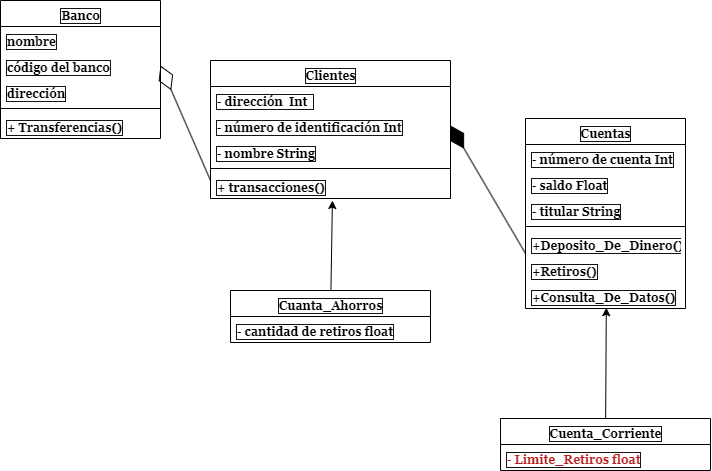
Before: taller3.drawio.png, a diagram exported from draw.io (DiazMan27/Modelado_Diagram). Source tidied: cells renumbered, new cells last; positions are measured from the earlier drawing's top-left corner, leaving out a move shared by most shapes.
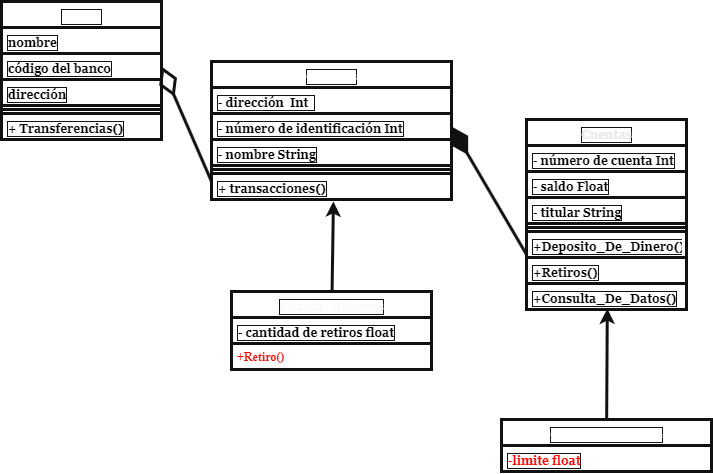
The same file after the commit.

The edit, as a diff of the source:
```diff
@@ -1,91 +1,94 @@
-<mxGraphModel shadow="1">
+<mxGraphModel background="#ffffff" shadow="1">
   <root>
     <mxCell id="0" />
     <mxCell id="1" parent="0" />
-    <mxCell id="2" value="Banco" style="swimlane;fontStyle=1;align=center;verticalAlign=bottom;horizontal=1;startSize=26;labelBackgroundColor=none;labelBorderColor=#161313;html=1;rounded=0;swimlaneLine=1;shadow=0;fixDash=0;fontFamily=Georgia;" parent="1" vertex="1">
+    <mxCell id="2" value="&lt;font color=&quot;#ffffff&quot;&gt;Banco&lt;/font&gt;" style="swimlane;fontStyle=1;align=center;verticalAlign=bottom;horizontal=1;startSize=26;labelBackgroundColor=none;labelBorderColor=#161313;html=1;rounded=0;swimlaneLine=1;shadow=0;fixDash=0;fontFamily=Georgia;fontColor=#050505;strokeWidth=3;strokeColor=#121111;" parent="1" vertex="1">
       <mxGeometry width="160" height="138" as="geometry" />
     </mxCell>
-    <mxCell id="3" value="nombre" style="text;align=left;verticalAlign=bottom;spacingLeft=4;spacingRight=4;overflow=hidden;fontStyle=1;labelBackgroundColor=none;labelBorderColor=#161313;html=1;rounded=0;swimlaneLine=1;shadow=0;fixDash=0;fontFamily=Georgia;horizontal=1;" parent="2" vertex="1">
+    <mxCell id="3" value="nombre" style="text;align=left;verticalAlign=bottom;spacingLeft=4;spacingRight=4;overflow=hidden;fontStyle=1;labelBackgroundColor=none;labelBorderColor=#161313;html=1;rounded=0;swimlaneLine=1;shadow=0;fixDash=0;fontFamily=Georgia;horizontal=1;fontColor=#050505;strokeWidth=3;strokeColor=#121111;" parent="2" vertex="1">
       <mxGeometry y="26" width="160" height="26" as="geometry" />
     </mxCell>
-    <mxCell id="4" value="código del banco" style="text;align=left;verticalAlign=bottom;spacingLeft=4;spacingRight=4;overflow=hidden;points=[[0,0.5],[1,0.5]];portConstraint=eastwest;fontStyle=1;labelBackgroundColor=none;labelBorderColor=#161313;html=1;rounded=0;swimlaneLine=1;shadow=0;snapToPoint=0;fixDash=0;fontFamily=Georgia;horizontal=1;" parent="2" vertex="1">
+    <mxCell id="4" value="código del banco" style="text;align=left;verticalAlign=bottom;spacingLeft=4;spacingRight=4;overflow=hidden;points=[[0,0.5],[1,0.5]];portConstraint=eastwest;fontStyle=1;labelBackgroundColor=none;labelBorderColor=#161313;html=1;rounded=0;swimlaneLine=1;shadow=0;snapToPoint=0;fixDash=0;fontFamily=Georgia;horizontal=1;fontColor=#050505;strokeWidth=3;strokeColor=#121111;" parent="2" vertex="1">
       <mxGeometry y="52" width="160" height="26" as="geometry" />
     </mxCell>
-    <mxCell id="5" value="dirección" style="text;align=left;verticalAlign=bottom;spacingLeft=4;spacingRight=4;overflow=hidden;fontStyle=1;labelBackgroundColor=none;labelBorderColor=#161313;html=1;rounded=0;swimlaneLine=1;shadow=0;fixDash=0;fontFamily=Georgia;horizontal=1;" parent="2" vertex="1">
+    <mxCell id="5" value="dirección" style="text;align=left;verticalAlign=bottom;spacingLeft=4;spacingRight=4;overflow=hidden;fontStyle=1;labelBackgroundColor=none;labelBorderColor=#161313;html=1;rounded=0;swimlaneLine=1;shadow=0;fixDash=0;fontFamily=Georgia;horizontal=1;fontColor=#050505;strokeWidth=3;strokeColor=#121111;" parent="2" vertex="1">
       <mxGeometry y="78" width="160" height="26" as="geometry" />
     </mxCell>
-    <mxCell id="6" style="line;strokeWidth=1;align=left;verticalAlign=bottom;spacingTop=-1;spacingLeft=3;spacingRight=3;labelPosition=right;fontStyle=1;labelBackgroundColor=none;labelBorderColor=#161313;html=1;rounded=0;swimlaneLine=1;shadow=0;fixDash=0;fontFamily=Georgia;horizontal=1;" parent="2" vertex="1">
+    <mxCell id="6" style="line;strokeWidth=3;align=left;verticalAlign=bottom;spacingTop=-1;spacingLeft=3;spacingRight=3;labelPosition=right;fontStyle=1;labelBackgroundColor=none;labelBorderColor=#161313;html=1;rounded=0;swimlaneLine=1;shadow=0;fixDash=0;fontFamily=Georgia;horizontal=1;fontColor=#050505;strokeColor=#121111;" parent="2" vertex="1">
       <mxGeometry y="104" width="160" height="8" as="geometry" />
     </mxCell>
-    <mxCell id="7" value="+ Transferencias()" style="text;align=left;verticalAlign=bottom;spacingLeft=4;spacingRight=4;overflow=hidden;fontStyle=1;labelBackgroundColor=none;labelBorderColor=#161313;html=1;rounded=0;swimlaneLine=1;shadow=0;fixDash=0;fontFamily=Georgia;horizontal=1;" parent="2" vertex="1">
+    <mxCell id="7" value="+ Transferencias()" style="text;align=left;verticalAlign=bottom;spacingLeft=4;spacingRight=4;overflow=hidden;fontStyle=1;labelBackgroundColor=none;labelBorderColor=#161313;html=1;rounded=0;swimlaneLine=1;shadow=0;fixDash=0;fontFamily=Georgia;horizontal=1;fontColor=#050505;strokeWidth=3;strokeColor=#121111;" parent="2" vertex="1">
       <mxGeometry y="112" width="160" height="26" as="geometry" />
     </mxCell>
-    <mxCell id="8" value="Cuentas" style="swimlane;fontStyle=1;align=center;verticalAlign=bottom;horizontal=1;startSize=26;labelBackgroundColor=none;labelBorderColor=#161313;html=1;rounded=0;swimlaneLine=1;shadow=0;fixDash=0;fontFamily=Georgia;" parent="1" vertex="1">
+    <mxCell id="8" value="Cuentas" style="swimlane;fontStyle=1;align=center;verticalAlign=bottom;horizontal=1;startSize=26;labelBackgroundColor=none;labelBorderColor=#161313;html=1;rounded=0;swimlaneLine=1;shadow=0;fixDash=0;fontFamily=Georgia;fontColor=#eaeaeb;strokeWidth=3;strokeColor=#121111;" parent="1" vertex="1">
       <mxGeometry x="525" y="118" width="160" height="190" as="geometry" />
     </mxCell>
-    <mxCell id="9" value="- número de cuenta Int" style="text;align=left;verticalAlign=bottom;spacingLeft=4;spacingRight=4;overflow=hidden;fontStyle=1;labelBackgroundColor=none;labelBorderColor=#161313;html=1;rounded=0;swimlaneLine=1;shadow=0;fixDash=0;fontFamily=Georgia;horizontal=1;" parent="8" vertex="1">
+    <mxCell id="9" value="- número de cuenta Int" style="text;align=left;verticalAlign=bottom;spacingLeft=4;spacingRight=4;overflow=hidden;fontStyle=1;labelBackgroundColor=none;labelBorderColor=#161313;html=1;rounded=0;swimlaneLine=1;shadow=0;fixDash=0;fontFamily=Georgia;horizontal=1;fontColor=#050505;strokeWidth=3;strokeColor=#121111;" parent="8" vertex="1">
       <mxGeometry y="26" width="160" height="26" as="geometry" />
     </mxCell>
-    <mxCell id="10" value="- saldo Float" style="text;align=left;verticalAlign=bottom;spacingLeft=4;spacingRight=4;overflow=hidden;fontStyle=1;labelBackgroundColor=none;labelBorderColor=#161313;html=1;rounded=0;swimlaneLine=1;shadow=0;fixDash=0;fontFamily=Georgia;horizontal=1;" parent="8" vertex="1">
+    <mxCell id="10" value="- saldo Float" style="text;align=left;verticalAlign=bottom;spacingLeft=4;spacingRight=4;overflow=hidden;fontStyle=1;labelBackgroundColor=none;labelBorderColor=#161313;html=1;rounded=0;swimlaneLine=1;shadow=0;fixDash=0;fontFamily=Georgia;horizontal=1;fontColor=#050505;strokeWidth=3;strokeColor=#121111;" parent="8" vertex="1">
       <mxGeometry y="52" width="160" height="26" as="geometry" />
     </mxCell>
-    <mxCell id="11" value="- titular String" style="text;align=left;verticalAlign=bottom;spacingLeft=4;spacingRight=4;overflow=hidden;fontStyle=1;labelBackgroundColor=none;labelBorderColor=#161313;html=1;rounded=0;swimlaneLine=1;shadow=0;fixDash=0;fontFamily=Georgia;horizontal=1;" parent="8" vertex="1">
+    <mxCell id="11" value="- titular String" style="text;align=left;verticalAlign=bottom;spacingLeft=4;spacingRight=4;overflow=hidden;fontStyle=1;labelBackgroundColor=none;labelBorderColor=#161313;html=1;rounded=0;swimlaneLine=1;shadow=0;fixDash=0;fontFamily=Georgia;horizontal=1;fontColor=#050505;strokeWidth=3;strokeColor=#121111;" parent="8" vertex="1">
       <mxGeometry y="78" width="160" height="26" as="geometry" />
     </mxCell>
-    <mxCell id="12" style="line;strokeWidth=1;align=left;verticalAlign=bottom;spacingTop=-1;spacingLeft=3;spacingRight=3;labelPosition=right;fontStyle=1;labelBackgroundColor=none;labelBorderColor=#161313;html=1;rounded=0;swimlaneLine=1;shadow=0;fixDash=0;fontFamily=Georgia;horizontal=1;" parent="8" vertex="1">
+    <mxCell id="12" style="line;strokeWidth=3;align=left;verticalAlign=bottom;spacingTop=-1;spacingLeft=3;spacingRight=3;labelPosition=right;fontStyle=1;labelBackgroundColor=none;labelBorderColor=#161313;html=1;rounded=0;swimlaneLine=1;shadow=0;fixDash=0;fontFamily=Georgia;horizontal=1;fontColor=#050505;strokeColor=#121111;" parent="8" vertex="1">
       <mxGeometry y="104" width="160" height="8" as="geometry" />
     </mxCell>
-    <mxCell id="13" value="+Deposito_De_Dinero()" style="text;align=left;verticalAlign=bottom;spacingLeft=4;spacingRight=4;overflow=hidden;points=[[0,0.5],[1,0.5]];portConstraint=eastwest;fontStyle=1;labelBackgroundColor=none;labelBorderColor=#161313;html=1;rounded=0;swimlaneLine=1;shadow=0;snapToPoint=0;fixDash=0;fontFamily=Georgia;horizontal=1;" parent="8" vertex="1">
+    <mxCell id="13" value="+Deposito_De_Dinero()" style="text;align=left;verticalAlign=bottom;spacingLeft=4;spacingRight=4;overflow=hidden;points=[[0,0.5],[1,0.5]];portConstraint=eastwest;fontStyle=1;labelBackgroundColor=none;labelBorderColor=#161313;html=1;rounded=0;swimlaneLine=1;shadow=0;snapToPoint=0;fixDash=0;fontFamily=Georgia;horizontal=1;fontColor=#050505;glass=0;strokeWidth=3;strokeColor=#121111;" parent="8" vertex="1">
       <mxGeometry y="112" width="160" height="26" as="geometry" />
     </mxCell>
-    <mxCell id="14" value="+Retiros()" style="text;align=left;verticalAlign=bottom;spacingLeft=4;spacingRight=4;overflow=hidden;fontStyle=1;labelBackgroundColor=none;labelBorderColor=#161313;html=1;rounded=0;swimlaneLine=1;shadow=0;fixDash=0;fontFamily=Georgia;horizontal=1;" parent="8" vertex="1">
+    <mxCell id="14" value="+Retiros()" style="text;align=left;verticalAlign=bottom;spacingLeft=4;spacingRight=4;overflow=hidden;fontStyle=1;labelBackgroundColor=none;labelBorderColor=#161313;html=1;rounded=0;swimlaneLine=1;shadow=0;fixDash=0;fontFamily=Georgia;horizontal=1;fontColor=#050505;strokeWidth=3;strokeColor=#121111;" parent="8" vertex="1">
       <mxGeometry y="138" width="160" height="26" as="geometry" />
     </mxCell>
-    <mxCell id="15" value="+Consulta_De_Datos()" style="text;align=left;verticalAlign=bottom;spacingLeft=4;spacingRight=4;overflow=hidden;points=[[0,0.5],[1,0.5]];portConstraint=eastwest;fontStyle=1;labelBackgroundColor=none;labelBorderColor=#161313;html=1;rounded=0;swimlaneLine=1;shadow=0;snapToPoint=0;fixDash=0;fontFamily=Georgia;horizontal=1;" parent="8" vertex="1">
+    <mxCell id="15" value="+Consulta_De_Datos()" style="text;align=left;verticalAlign=bottom;spacingLeft=4;spacingRight=4;overflow=hidden;points=[[0,0.5],[1,0.5]];portConstraint=eastwest;fontStyle=1;labelBackgroundColor=none;labelBorderColor=#161313;html=1;rounded=0;swimlaneLine=1;shadow=0;snapToPoint=0;fixDash=0;fontFamily=Georgia;horizontal=1;fontColor=#050505;strokeWidth=3;strokeColor=#121111;" parent="8" vertex="1">
       <mxGeometry y="164" width="160" height="26" as="geometry" />
     </mxCell>
-    <mxCell id="16" value="Clientes" style="swimlane;fontStyle=1;align=center;verticalAlign=bottom;horizontal=1;startSize=26;labelBackgroundColor=none;labelBorderColor=#161313;html=1;rounded=0;swimlaneLine=1;shadow=0;fixDash=0;fontFamily=Georgia;" parent="1" vertex="1">
+    <mxCell id="16" value="&lt;font color=&quot;#ffffff&quot;&gt;Clientes&lt;/font&gt;" style="swimlane;fontStyle=1;align=center;verticalAlign=bottom;horizontal=1;startSize=26;labelBackgroundColor=none;labelBorderColor=#161313;html=1;rounded=0;swimlaneLine=1;shadow=0;fixDash=0;fontFamily=Georgia;fontColor=#050505;strokeWidth=3;strokeColor=#121111;" parent="1" vertex="1">
       <mxGeometry x="210" y="60" width="240" height="138" as="geometry" />
     </mxCell>
-    <mxCell id="17" value="- dirección&amp;nbsp; Int&amp;nbsp;&amp;nbsp;" style="text;align=left;verticalAlign=bottom;spacingLeft=4;spacingRight=4;overflow=hidden;fontStyle=1;labelBackgroundColor=none;labelBorderColor=#161313;html=1;rounded=0;swimlaneLine=1;shadow=0;fixDash=0;fontFamily=Georgia;horizontal=1;" parent="16" vertex="1">
+    <mxCell id="17" value="- dirección&amp;nbsp; Int&amp;nbsp;&amp;nbsp;" style="text;align=left;verticalAlign=bottom;spacingLeft=4;spacingRight=4;overflow=hidden;fontStyle=1;labelBackgroundColor=none;labelBorderColor=#161313;html=1;rounded=0;swimlaneLine=1;shadow=0;fixDash=0;fontFamily=Georgia;horizontal=1;fontColor=#050505;strokeWidth=3;strokeColor=#121111;" parent="16" vertex="1">
       <mxGeometry y="26" width="240" height="26" as="geometry" />
     </mxCell>
-    <mxCell id="18" value="- número de identificación Int" style="text;align=left;verticalAlign=bottom;spacingLeft=4;spacingRight=4;overflow=hidden;points=[[0,0.5],[1,0.5]];portConstraint=eastwest;fontStyle=1;labelBackgroundColor=none;labelBorderColor=#161313;html=1;rounded=0;swimlaneLine=1;shadow=0;snapToPoint=0;fixDash=0;fontFamily=Georgia;horizontal=1;" parent="16" vertex="1">
+    <mxCell id="18" value="- número de identificación Int" style="text;align=left;verticalAlign=bottom;spacingLeft=4;spacingRight=4;overflow=hidden;points=[[0,0.5],[1,0.5]];portConstraint=eastwest;fontStyle=1;labelBackgroundColor=none;labelBorderColor=#161313;html=1;rounded=0;swimlaneLine=1;shadow=0;snapToPoint=0;fixDash=0;fontFamily=Georgia;horizontal=1;fontColor=#050505;strokeWidth=3;strokeColor=#121111;" parent="16" vertex="1">
       <mxGeometry y="52" width="240" height="26" as="geometry" />
     </mxCell>
-    <mxCell id="19" value="- nombre String" style="text;align=left;verticalAlign=bottom;spacingLeft=4;spacingRight=4;overflow=hidden;fontStyle=1;labelBackgroundColor=none;labelBorderColor=#161313;html=1;rounded=0;swimlaneLine=1;shadow=0;fixDash=0;fontFamily=Georgia;horizontal=1;" parent="16" vertex="1">
+    <mxCell id="19" value="- nombre String" style="text;align=left;verticalAlign=bottom;spacingLeft=4;spacingRight=4;overflow=hidden;fontStyle=1;labelBackgroundColor=none;labelBorderColor=#161313;html=1;rounded=0;swimlaneLine=1;shadow=0;fixDash=0;fontFamily=Georgia;horizontal=1;fontColor=#050505;strokeWidth=3;strokeColor=#121111;" parent="16" vertex="1">
       <mxGeometry y="78" width="240" height="26" as="geometry" />
     </mxCell>
-    <mxCell id="20" style="line;strokeWidth=1;align=left;verticalAlign=bottom;spacingTop=-1;spacingLeft=3;spacingRight=3;labelPosition=right;fontStyle=1;labelBackgroundColor=none;labelBorderColor=#161313;html=1;rounded=0;swimlaneLine=1;shadow=0;fixDash=0;fontFamily=Georgia;horizontal=1;" parent="16" vertex="1">
+    <mxCell id="20" style="line;strokeWidth=3;align=left;verticalAlign=bottom;spacingTop=-1;spacingLeft=3;spacingRight=3;labelPosition=right;fontStyle=1;labelBackgroundColor=none;labelBorderColor=#161313;html=1;rounded=0;swimlaneLine=1;shadow=0;fixDash=0;fontFamily=Georgia;horizontal=1;fontColor=#050505;strokeColor=#121111;" parent="16" vertex="1">
       <mxGeometry y="104" width="240" height="8" as="geometry" />
     </mxCell>
-    <mxCell id="21" value="+ transacciones()" style="text;align=left;verticalAlign=bottom;spacingLeft=4;spacingRight=4;overflow=hidden;points=[[0,0.5],[1,0.5]];portConstraint=eastwest;fontStyle=1;labelBackgroundColor=none;labelBorderColor=#161313;html=1;rounded=0;swimlaneLine=1;shadow=0;snapToPoint=0;fixDash=0;fontFamily=Georgia;horizontal=1;" parent="16" vertex="1">
+    <mxCell id="21" value="+ transacciones()" style="text;align=left;verticalAlign=bottom;spacingLeft=4;spacingRight=4;overflow=hidden;points=[[0,0.5],[1,0.5]];portConstraint=eastwest;fontStyle=1;labelBackgroundColor=none;labelBorderColor=#161313;html=1;rounded=0;swimlaneLine=1;shadow=0;snapToPoint=0;fixDash=0;fontFamily=Georgia;horizontal=1;fontColor=#050505;strokeWidth=3;strokeColor=#121111;" parent="16" vertex="1">
       <mxGeometry y="112" width="240" height="26" as="geometry" />
     </mxCell>
-    <mxCell id="22" style="edgeStyle=none;entryX=0.508;entryY=1.077;entryDx=0;entryDy=0;entryPerimeter=0;fontColor=#000000;fontStyle=1;verticalAlign=bottom;labelBackgroundColor=none;labelBorderColor=#161313;html=1;rounded=0;swimlaneLine=1;shadow=0;snapToPoint=0;fixDash=0;fontFamily=Georgia;horizontal=1;" parent="1" edge="1" source="23" target="21">
+    <mxCell id="22" style="edgeStyle=none;entryX=0.508;entryY=1.077;entryDx=0;entryDy=0;entryPerimeter=0;fontColor=#050505;fontStyle=1;verticalAlign=bottom;labelBackgroundColor=none;labelBorderColor=#161313;html=1;rounded=0;swimlaneLine=1;shadow=0;snapToPoint=0;fixDash=0;fontFamily=Georgia;horizontal=1;strokeWidth=3;strokeColor=#121111;" parent="1" edge="1" source="23" target="21">
       <mxGeometry relative="1" as="geometry" />
     </mxCell>
-    <mxCell id="23" value="Cuanta_Ahorros" style="swimlane;fontStyle=1;align=center;verticalAlign=bottom;horizontal=1;startSize=26;labelBackgroundColor=none;labelBorderColor=#161313;html=1;rounded=0;swimlaneLine=1;shadow=0;snapToPoint=0;fixDash=0;fontFamily=Georgia;" parent="1" vertex="1">
-      <mxGeometry x="230" y="290" width="200" height="52" as="geometry" />
+    <mxCell id="23" value="&lt;font color=&quot;#fcf8f8&quot;&gt;Cuanta_Ahorros&lt;/font&gt;" style="swimlane;fontStyle=1;align=center;verticalAlign=bottom;horizontal=1;startSize=26;labelBackgroundColor=none;labelBorderColor=#161313;html=1;rounded=0;swimlaneLine=1;shadow=0;snapToPoint=0;fixDash=0;fontFamily=Georgia;fontColor=#050505;strokeWidth=3;strokeColor=#121111;" parent="1" vertex="1">
+      <mxGeometry x="230" y="290" width="200" height="78" as="geometry" />
     </mxCell>
-    <mxCell id="24" value="- cantidad de retiros float" style="text;align=left;verticalAlign=bottom;spacingLeft=4;spacingRight=4;overflow=hidden;fontStyle=1;labelBackgroundColor=none;labelBorderColor=#161313;html=1;rounded=0;swimlaneLine=1;shadow=0;fixDash=0;fontFamily=Georgia;horizontal=1;" parent="23" vertex="1">
+    <mxCell id="24" value="- cantidad de retiros float" style="text;align=left;verticalAlign=bottom;spacingLeft=4;spacingRight=4;overflow=hidden;fontStyle=1;labelBackgroundColor=none;labelBorderColor=#161313;html=1;rounded=0;swimlaneLine=1;shadow=0;fixDash=0;fontFamily=Georgia;horizontal=1;fontColor=#050505;strokeWidth=3;strokeColor=#121111;" parent="23" vertex="1">
       <mxGeometry y="26" width="200" height="26" as="geometry" />
     </mxCell>
+    <mxCell id="30" value="+Retiro()" style="text;strokeColor=none;fillColor=none;align=left;verticalAlign=top;spacingLeft=4;spacingRight=4;overflow=hidden;rounded=0;shadow=0;glass=0;strokeWidth=3;fontFamily=Times New Roman;fontColor=#f00000;fontStyle=1;" parent="23" vertex="1">
+      <mxGeometry y="52" width="200" height="26" as="geometry" />
+    </mxCell>
-    <mxCell id="25" style="edgeStyle=none;entryX=0.505;entryY=0.969;entryDx=0;entryDy=0;entryPerimeter=0;fontColor=#000000;fontStyle=1;verticalAlign=bottom;labelBackgroundColor=none;labelBorderColor=#161313;html=1;rounded=0;swimlaneLine=1;shadow=0;snapToPoint=0;fixDash=0;fontFamily=Georgia;horizontal=1;" parent="1" edge="1" source="26" target="15">
+    <mxCell id="25" style="edgeStyle=none;entryX=0.505;entryY=0.969;entryDx=0;entryDy=0;entryPerimeter=0;fontColor=#050505;fontStyle=1;verticalAlign=bottom;labelBackgroundColor=none;labelBorderColor=#161313;html=1;rounded=0;swimlaneLine=1;shadow=0;snapToPoint=0;fixDash=0;fontFamily=Georgia;horizontal=1;strokeWidth=3;strokeColor=#121111;" parent="1" edge="1" source="26" target="15">
       <mxGeometry relative="1" as="geometry" />
     </mxCell>
-    <mxCell id="26" value="Cuenta_Corriente" style="swimlane;fontStyle=1;align=center;verticalAlign=bottom;horizontal=1;startSize=26;labelBackgroundColor=none;labelBorderColor=#161313;html=1;rounded=0;swimlaneLine=1;shadow=0;snapToPoint=0;fixDash=0;fontFamily=Georgia;" parent="1" vertex="1">
+    <mxCell id="26" value="&lt;font color=&quot;#ffffff&quot;&gt;Cuenta_Corriente&lt;/font&gt;" style="swimlane;fontStyle=1;align=center;verticalAlign=bottom;horizontal=1;startSize=26;labelBackgroundColor=none;labelBorderColor=#161313;html=1;rounded=0;swimlaneLine=1;shadow=0;snapToPoint=0;fixDash=0;fontFamily=Georgia;fontColor=#050505;strokeWidth=3;strokeColor=#121111;" parent="1" vertex="1">
       <mxGeometry x="500" y="418" width="210" height="52" as="geometry" />
     </mxCell>
-    <mxCell id="27" value="&lt;font color=&quot;#b81e1e&quot;&gt;- Limite_Retiros float&lt;/font&gt;" style="text;align=left;verticalAlign=bottom;spacingLeft=4;spacingRight=4;overflow=hidden;fontStyle=1;labelBackgroundColor=none;labelBorderColor=#161313;html=1;rounded=0;swimlaneLine=1;shadow=0;fixDash=0;fontFamily=Georgia;horizontal=1;" parent="26" vertex="1">
+    <mxCell id="27" value="&lt;font color=&quot;#ff0000&quot;&gt;-limite float&lt;/font&gt;" style="text;align=left;verticalAlign=bottom;spacingLeft=4;spacingRight=4;overflow=hidden;fontStyle=1;labelBackgroundColor=none;labelBorderColor=#161313;html=1;rounded=0;swimlaneLine=1;shadow=0;fixDash=0;fontFamily=Georgia;horizontal=1;fontColor=#050505;strokeWidth=3;strokeColor=#121111;" parent="26" vertex="1">
       <mxGeometry y="26" width="210" height="26" as="geometry" />
     </mxCell>
-    <mxCell id="28" style="endArrow=diamondThin;endFill=0;endSize=24;fontColor=#000000;fontStyle=1;verticalAlign=bottom;labelBackgroundColor=none;labelBorderColor=#161313;html=1;rounded=0;swimlaneLine=1;shadow=0;snapToPoint=0;fixDash=0;fontFamily=Georgia;horizontal=1;entryX=1;entryY=0.5;entryDx=0;entryDy=0;" parent="1" edge="1" target="4">
+    <mxCell id="28" style="endArrow=diamondThin;endFill=0;endSize=24;fontColor=#050505;fontStyle=1;verticalAlign=bottom;labelBackgroundColor=none;labelBorderColor=#161313;html=1;rounded=0;swimlaneLine=1;shadow=0;snapToPoint=0;fixDash=0;fontFamily=Georgia;horizontal=1;entryX=1;entryY=0.5;entryDx=0;entryDy=0;strokeWidth=3;strokeColor=#121111;" parent="1" edge="1" target="4">
       <mxGeometry relative="1" as="geometry">
         <mxPoint x="210" y="180" as="sourcePoint" />
       </mxGeometry>
     </mxCell>
-    <mxCell id="29" style="endArrow=diamondThin;endFill=1;endSize=24;entryX=1;entryY=0.5;entryDx=0;entryDy=0;exitX=0;exitY=0.885;exitDx=0;exitDy=0;exitPerimeter=0;fontColor=#000000;fontStyle=1;verticalAlign=bottom;labelBackgroundColor=none;labelBorderColor=#161313;html=1;rounded=0;swimlaneLine=1;shadow=0;snapToPoint=0;fixDash=0;fontFamily=Georgia;horizontal=1;" parent="1" edge="1" source="13" target="18">
+    <mxCell id="29" style="endArrow=diamondThin;endFill=1;endSize=24;entryX=1;entryY=0.5;entryDx=0;entryDy=0;exitX=0;exitY=0.885;exitDx=0;exitDy=0;exitPerimeter=0;fontColor=#050505;fontStyle=1;verticalAlign=bottom;labelBackgroundColor=none;labelBorderColor=#161313;html=1;rounded=0;swimlaneLine=1;shadow=0;snapToPoint=0;fixDash=0;fontFamily=Georgia;horizontal=1;strokeWidth=3;strokeColor=#121111;" parent="1" edge="1" source="13" target="18">
       <mxGeometry relative="1" as="geometry" />
     </mxCell>
   </root>
```
